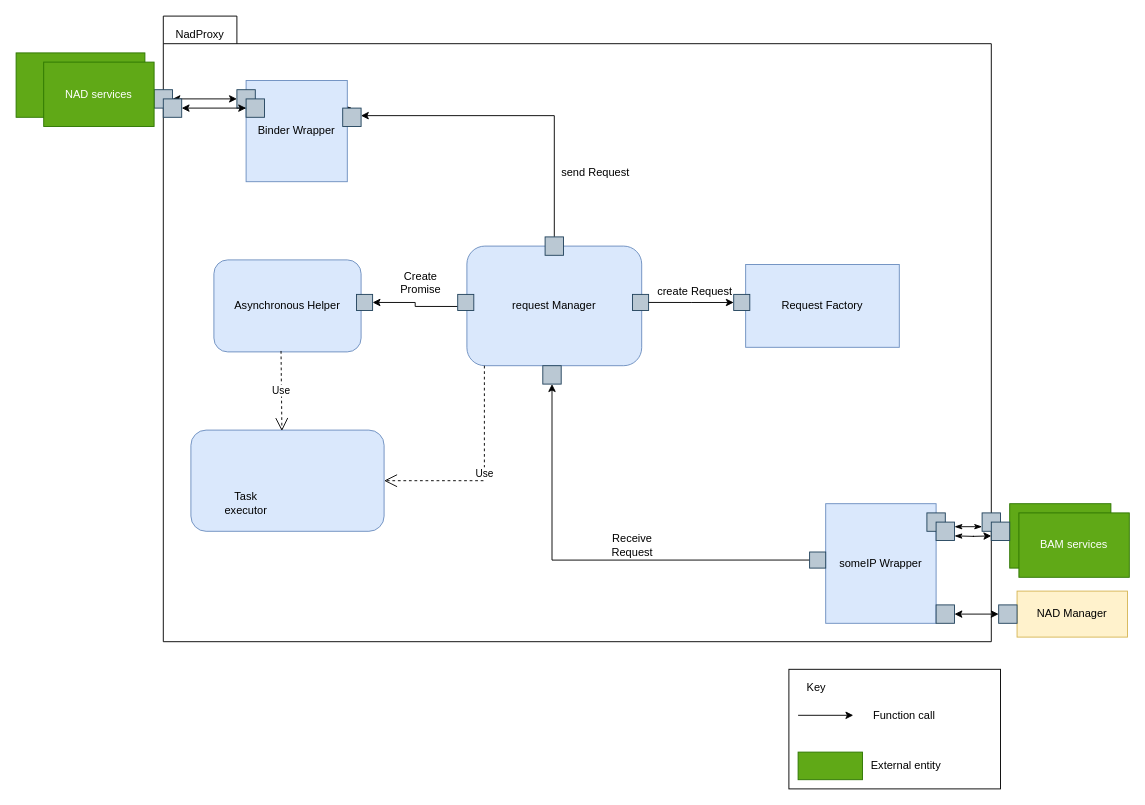
Earlier version of the draw.io diagram page "dynamic_1st_c&c" (4 of 7) of doc/SA cert/Design/nadproxy.drawio (taikt/codefun). Source tidied: cells renumbered, new cells numbered last; positions are measured from the earlier drawing's top-left corner, leaving out a move shared by most shapes. Both pictures are drawn from the tidied source at 92%, with x=0, y=0 at pixel (16, 16).
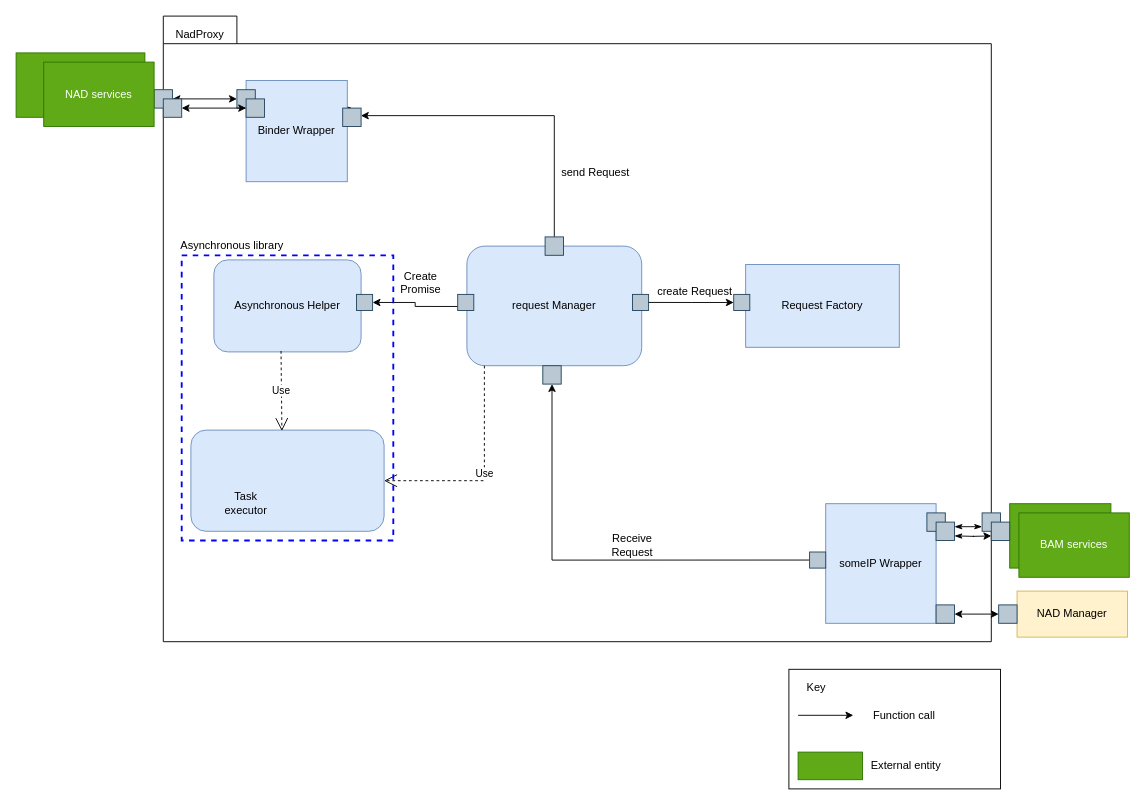
The same page after the edit.

What changed in the source:
```diff
@@
+    <mxCell id="58" style="rounded=0;whiteSpace=wrap;html=1;fillColor=none;dashed=1;strokeWidth=2;strokeColor=#0000FF;" parent="1" vertex="1">
+      <mxGeometry x="180" y="260" width="230" height="310" as="geometry" />
+    </mxCell>
+    <mxCell id="59" value="Asynchronous library" style="text;html=1;strokeColor=none;fillColor=none;align=center;verticalAlign=middle;whiteSpace=wrap;rounded=0;dashed=1;" parent="1" vertex="1">
+      <mxGeometry x="170" y="240" width="130" height="20" as="geometry" />
+    </mxCell>
```
